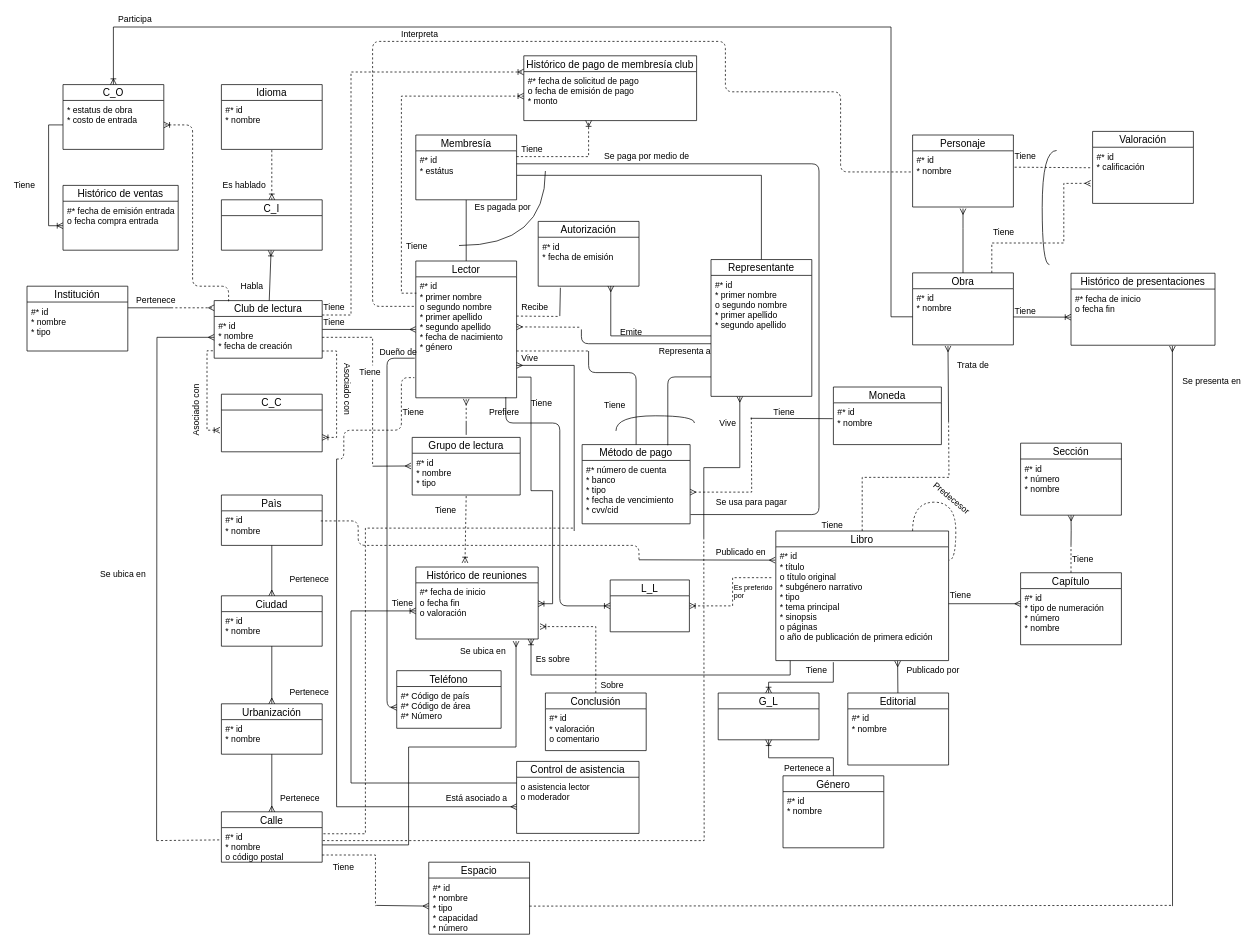
The draw.io diagram DB I/Hopefully this will be the last ER.drawio in NeutronBlast/IS-Ex, before the edit. Source tidied: cells renumbered, new cells numbered last; positions are measured from the earlier drawing's top-left corner, leaving out a move shared by most shapes. Both pictures are drawn from the tidied source at 72%, with x=0, y=0 at pixel (12, 12).
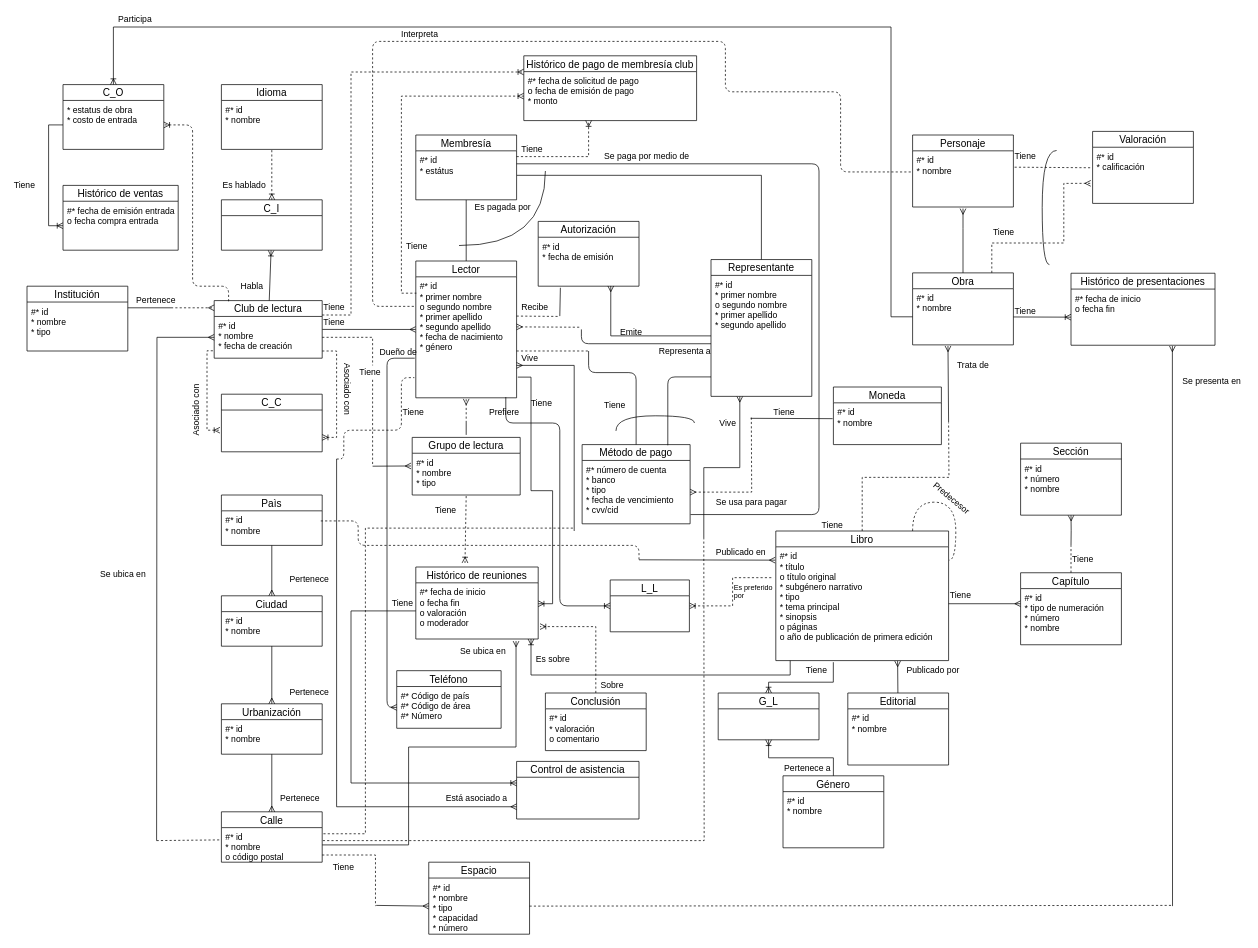
The same diagram, later.

Commit message:
cambio en control asistencia

The change refers to these unchanged cells:
```xml
<mxCell id="93" value="Histórico de reuniones" style="swimlane;fontStyle=0;horizontal=1;startSize=22;fillColor=none;swimlaneFillColor=#ffffff;align=center;fontSize=14;" parent="1" vertex="1">
  <mxGeometry x="560" y="770" width="170" height="100" as="geometry" />
</mxCell>
```

What changed in the source:
```diff
@@
-    <mxCell id="94" value="#* fecha de inicio&#10;o fecha fin&#10;o valoración&#10;" style="text;strokeColor=none;fillColor=none;spacingLeft=4;spacingRight=4;overflow=hidden;points=[[0,0.5],[1,0.5]];portConstraint=eastwest;fontSize=12;" parent="93" vertex="1">
+    <mxCell id="94" value="#* fecha de inicio&#10;o fecha fin&#10;o valoración&#10;o moderador&#10;" style="text;strokeColor=none;fillColor=none;spacingLeft=4;spacingRight=4;overflow=hidden;points=[[0,0.5],[1,0.5]];portConstraint=eastwest;fontSize=12;" parent="93" vertex="1">
       <mxGeometry y="22" width="170" height="78" as="geometry" />
     </mxCell>
@@
     <mxCell id="185" value="Control de asistencia" style="swimlane;fontStyle=0;horizontal=1;startSize=22;fillColor=none;swimlaneFillColor=#ffffff;align=center;fontSize=14;" parent="1" vertex="1">
-      <mxGeometry x="700" y="1040" width="170" height="100" as="geometry" />
+      <mxGeometry x="700" y="1040" width="170" height="80" as="geometry" />
     </mxCell>
-    <mxCell id="186" value="o asistencia lector&#10;o moderador&#10;" style="text;strokeColor=none;fillColor=none;spacingLeft=4;spacingRight=4;overflow=hidden;points=[[0,0.5],[1,0.5]];portConstraint=eastwest;fontSize=12;" parent="185" vertex="1">
-      <mxGeometry y="22" width="170" height="78" as="geometry" />
-    </mxCell>
-    <mxCell id="187" style="edgeStyle=orthogonalEdgeStyle;rounded=0;jettySize=auto;html=1;entryX=0;entryY=0.5;entryDx=0;entryDy=0;endArrow=ERoneToMany;endFill=0;" parent="1" edge="1" source="186" target="94">
+    <mxCell id="187" style="edgeStyle=orthogonalEdgeStyle;rounded=0;jettySize=auto;html=1;entryX=0;entryY=0.5;entryDx=0;entryDy=0;endArrow=none;endFill=0;startArrow=ERoneToMany;startFill=0;" parent="1" edge="1" target="94">
       <mxGeometry relative="1" as="geometry">
+        <mxPoint x="700" y="1070" as="sourcePoint" />
         <Array as="points">
           <mxPoint x="470" y="1070" />
           <mxPoint x="470" y="831" />
         </Array>
       </mxGeometry>
     </mxCell>
@@
-    <mxCell id="189" style="edgeStyle=orthogonalEdgeStyle;rounded=0;jettySize=auto;html=1;endArrow=none;endFill=0;startArrow=ERmany;startFill=0;" parent="1" edge="1" source="186">
+    <mxCell id="189" style="edgeStyle=orthogonalEdgeStyle;rounded=0;orthogonalLoop=1;jettySize=auto;html=1;endArrow=none;endFill=0;startArrow=ERmany;startFill=0;" parent="1" edge="1">
       <mxGeometry relative="1" as="geometry">
+        <mxPoint x="700" y="1103" as="sourcePoint" />
         <mxPoint x="450" y="620" as="targetPoint" />
         <Array as="points">
           <mxPoint x="450" y="1103" />
           <mxPoint x="450" y="620" />
         </Array>
       </mxGeometry>
     </mxCell>
```
